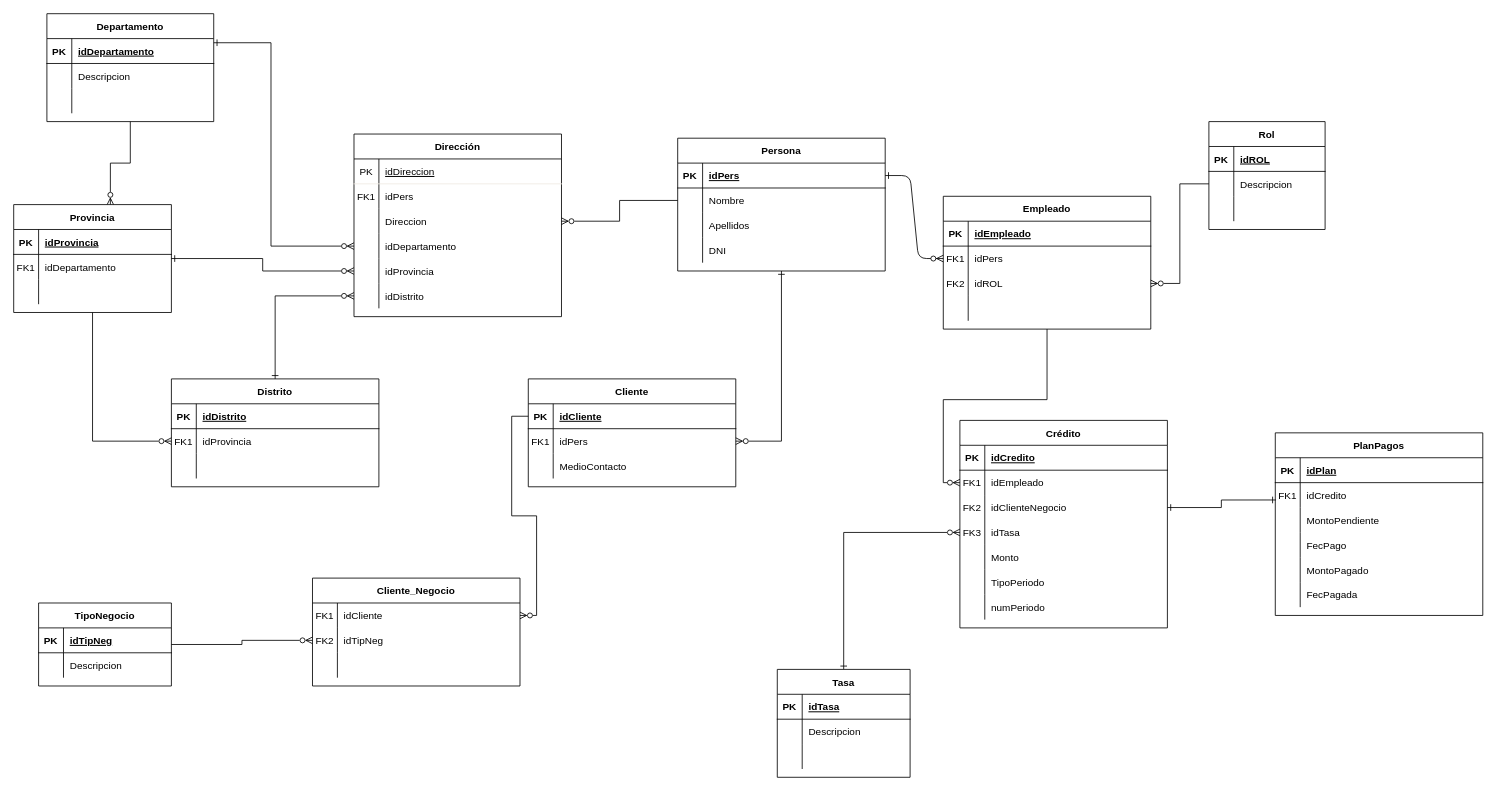
Above: Diagrama-financiera.drawio in JhimyST/DAW (draw.io), before the change. Source tidied: cells renumbered, new cells numbered last; positions are measured from the earlier drawing's top-left corner, leaving out a move shared by most shapes. Both pictures are drawn from the tidied source at 83%, with x=0, y=0 at pixel (13, 13).
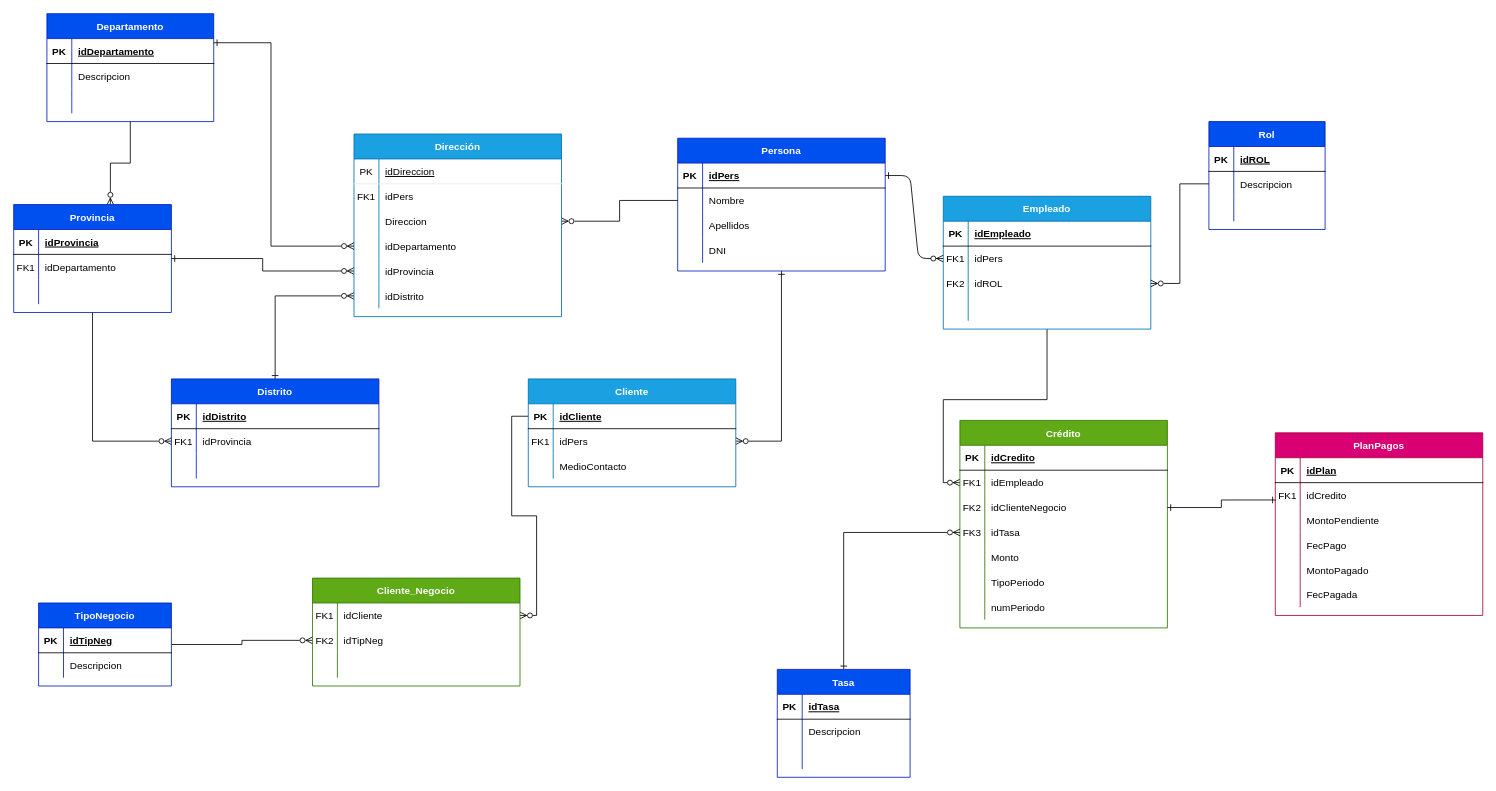
Above is the later version.

Diff of the diagram source:
```diff
@@
-    <mxCell id="4" value="Empleado" style="shape=table;startSize=30;childLayout=tableLayout;rowLines=0;fontStyle=1;align=center;" parent="1" vertex="1">
+    <mxCell id="4" value="Empleado" style="shape=table;startSize=30;childLayout=tableLayout;rowLines=0;fontStyle=1;align=center;fillColor=#1ba1e2;fontColor=#ffffff;strokeColor=#006EAF;" parent="1" vertex="1">
       <mxGeometry x="1120" y="220" width="250" height="160" as="geometry" />
     </mxCell>
@@
-    <mxCell id="17" value="Rol" style="shape=table;startSize=30;childLayout=tableLayout;rowLines=0;fontStyle=1;align=center;" parent="1" vertex="1">
+    <mxCell id="17" value="Rol" style="shape=table;startSize=30;childLayout=tableLayout;rowLines=0;fontStyle=1;align=center;fillColor=#0050ef;fontColor=#ffffff;strokeColor=#001DBC;" parent="1" vertex="1">
       <mxGeometry x="1440" y="130" width="140" height="130" as="geometry" />
     </mxCell>
@@
-    <mxCell id="29" value="Persona" style="shape=table;startSize=30;childLayout=tableLayout;rowLines=0;fontStyle=1;align=center;" parent="1" vertex="1">
+    <mxCell id="29" value="Persona" style="shape=table;startSize=30;childLayout=tableLayout;rowLines=0;fontStyle=1;align=center;fillColor=#0050ef;fontColor=#ffffff;strokeColor=#001DBC;" parent="1" vertex="1">
       <mxGeometry x="800" y="150" width="250" height="160" as="geometry" />
     </mxCell>
@@
-    <mxCell id="43" value="Departamento" style="shape=table;startSize=30;childLayout=tableLayout;rowLines=0;fontStyle=1;align=center;" parent="1" vertex="1">
+    <mxCell id="43" value="Departamento" style="shape=table;startSize=30;childLayout=tableLayout;rowLines=0;fontStyle=1;align=center;fillColor=#0050ef;fontColor=#ffffff;strokeColor=#001DBC;" parent="1" vertex="1">
       <mxGeometry x="40" width="201" height="130" as="geometry" />
     </mxCell>
@@
-    <mxCell id="55" value="Provincia" style="shape=table;startSize=30;childLayout=tableLayout;rowLines=0;fontStyle=1;align=center;" parent="1" vertex="1">
+    <mxCell id="55" value="Provincia" style="shape=table;startSize=30;childLayout=tableLayout;rowLines=0;fontStyle=1;align=center;fillColor=#0050ef;fontColor=#ffffff;strokeColor=#001DBC;" parent="1" vertex="1">
       <mxGeometry y="230" width="190" height="130" as="geometry" />
     </mxCell>
@@
-    <mxCell id="66" value="Distrito" style="shape=table;startSize=30;childLayout=tableLayout;rowLines=0;fontStyle=1;align=center;" parent="1" vertex="1">
+    <mxCell id="66" value="Distrito" style="shape=table;startSize=30;childLayout=tableLayout;rowLines=0;fontStyle=1;align=center;fillColor=#0050ef;fontColor=#ffffff;strokeColor=#001DBC;" parent="1" vertex="1">
       <mxGeometry x="190" y="440" width="250" height="130" as="geometry" />
     </mxCell>
@@
-    <mxCell id="77" value="TipoNegocio" style="shape=table;startSize=30;childLayout=tableLayout;rowLines=0;fontStyle=1;align=center;" parent="1" vertex="1">
+    <mxCell id="77" value="TipoNegocio" style="shape=table;startSize=30;childLayout=tableLayout;rowLines=0;fontStyle=1;align=center;fillColor=#0050ef;fontColor=#ffffff;strokeColor=#001DBC;" parent="1" vertex="1">
       <mxGeometry x="30" y="710" width="160" height="100" as="geometry" />
     </mxCell>
@@
-    <mxCell id="86" value="Cliente_Negocio" style="shape=table;startSize=30;childLayout=tableLayout;rowLines=0;fontStyle=1;align=center;" parent="1" vertex="1">
+    <mxCell id="86" value="Cliente_Negocio" style="shape=table;startSize=30;childLayout=tableLayout;rowLines=0;fontStyle=1;align=center;fillColor=#60a917;fontColor=#ffffff;strokeColor=#2D7600;" parent="1" vertex="1">
       <mxGeometry x="360" y="680" width="250" height="130" as="geometry" />
     </mxCell>
@@
-    <mxCell id="97" value="Dirección" style="shape=table;startSize=30;childLayout=tableLayout;rowLines=0;fontStyle=1;align=center;" parent="1" vertex="1">
+    <mxCell id="97" value="Dirección" style="shape=table;startSize=30;childLayout=tableLayout;rowLines=0;fontStyle=1;align=center;fillColor=#1ba1e2;fontColor=#ffffff;strokeColor=#006EAF;" parent="1" vertex="1">
       <mxGeometry x="410" y="145" width="250" height="220" as="geometry" />
     </mxCell>
@@
-    <mxCell id="116" value="Crédito" style="shape=table;startSize=30;childLayout=tableLayout;rowLines=0;fontStyle=1;align=center;" parent="1" vertex="1">
+    <mxCell id="116" value="Crédito" style="shape=table;startSize=30;childLayout=tableLayout;rowLines=0;fontStyle=1;align=center;fillColor=#60a917;fontColor=#ffffff;strokeColor=#2D7600;" parent="1" vertex="1">
       <mxGeometry x="1140" y="490" width="250" height="250" as="geometry" />
     </mxCell>
@@
-    <mxCell id="139" value="Tasa" style="shape=table;startSize=30;childLayout=tableLayout;rowLines=0;fontStyle=1;align=center;" parent="1" vertex="1">
+    <mxCell id="139" value="Tasa" style="shape=table;startSize=30;childLayout=tableLayout;rowLines=0;fontStyle=1;align=center;fillColor=#0050ef;fontColor=#ffffff;strokeColor=#001DBC;" parent="1" vertex="1">
       <mxGeometry x="920" y="790" width="160" height="130" as="geometry" />
     </mxCell>
@@
-    <mxCell id="149" value="PlanPagos" style="shape=table;startSize=30;childLayout=tableLayout;rowLines=0;fontStyle=1;align=center;" parent="1" vertex="1">
+    <mxCell id="149" value="PlanPagos" style="shape=table;startSize=30;childLayout=tableLayout;rowLines=0;fontStyle=1;align=center;fillColor=#d80073;fontColor=#ffffff;strokeColor=#A50040;" parent="1" vertex="1">
       <mxGeometry x="1520" y="505" width="250" height="220" as="geometry" />
     </mxCell>
@@
-    <mxCell id="171" value="Cliente" style="shape=table;startSize=30;childLayout=tableLayout;rowLines=0;fontStyle=1;align=center;" parent="1" vertex="1">
+    <mxCell id="171" value="Cliente" style="shape=table;startSize=30;childLayout=tableLayout;rowLines=0;fontStyle=1;align=center;fillColor=#1ba1e2;fontColor=#ffffff;strokeColor=#006EAF;" parent="1" vertex="1">
       <mxGeometry x="620" y="440" width="250" height="130" as="geometry" />
     </mxCell>
```
